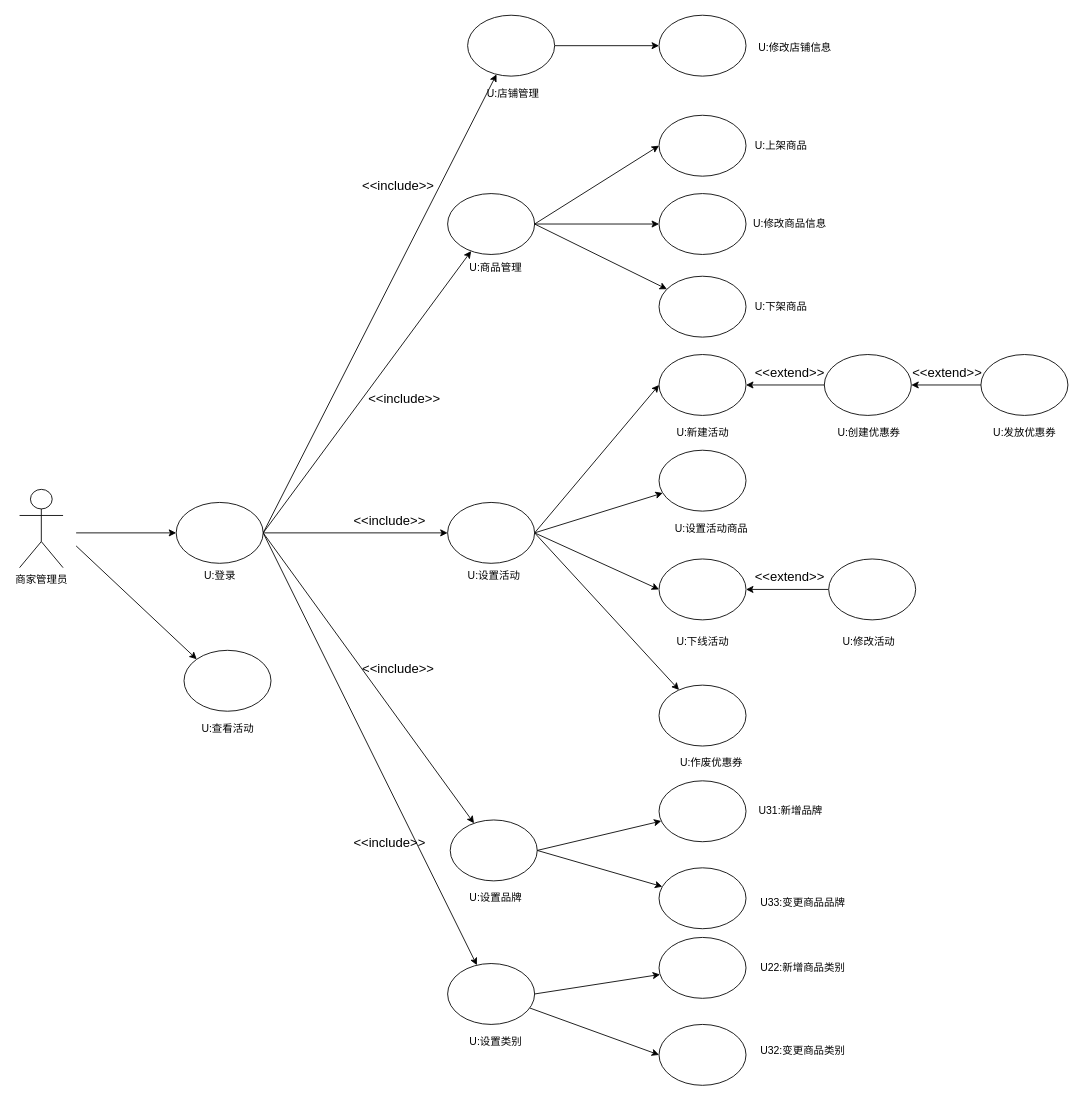
app1echip/grams keeps this draw.io diagram as 软工导论小组作业/需求建模之用例模型（商品模块-商家管理员）.drawio. Above is the earlier version. Source tidied: cells renumbered, new cells numbered last; positions are measured from the earlier drawing's top-left corner, leaving out a move shared by most shapes. Both pictures are drawn from the tidied source at 87%, with x=0, y=0 at pixel (19, 15).
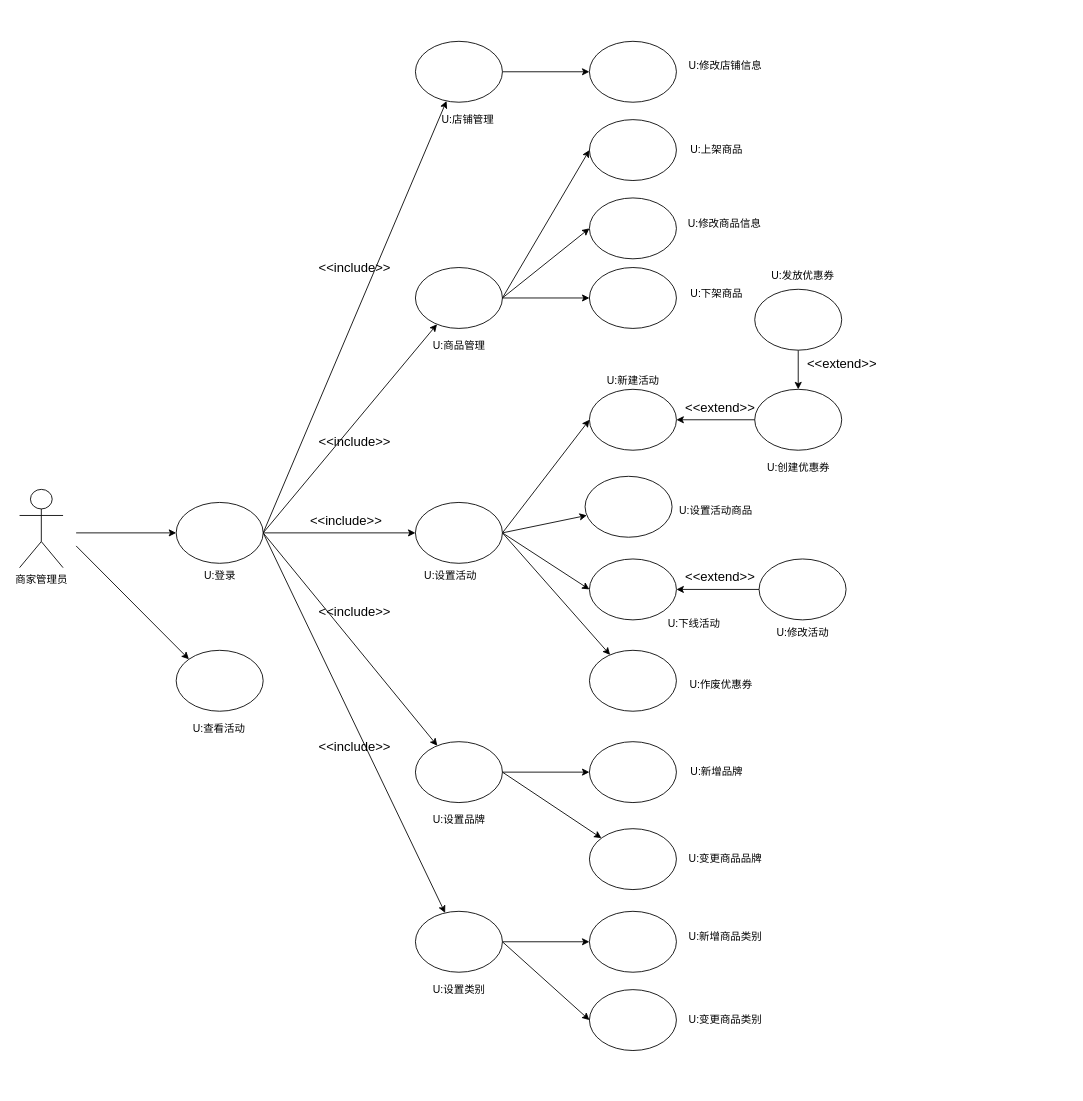
The same page after the edit.

Commit message (it also covers changes not shown here):
Update 需求建模之用例模型（商品模块-商家管理员）.drawio

Change to the diagram source:
```diff
@@
     <mxCell id="5" style="ellipse;whiteSpace=wrap;html=1;" parent="1" vertex="1">
-      <mxGeometry x="492" y="205" width="100" height="70" as="geometry" />
+      <mxGeometry x="455" y="290" width="100" height="70" as="geometry" />
     </mxCell>
@@
     <mxCell id="7" style="ellipse;whiteSpace=wrap;html=1;" parent="1" vertex="1">
-      <mxGeometry x="735" y="300" width="100" height="70" as="geometry" />
+      <mxGeometry x="655" y="290" width="100" height="70" as="geometry" />
     </mxCell>
-    <mxCell id="8" style="edgeStyle=none;rounded=0;jettySize=auto;html=1;entryX=0;entryY=0.5;entryDx=0;entryDy=0;startArrow=classic;startFill=1;endArrow=none;endFill=0;" parent="1" edge="1" source="9" target="10">
+    <mxCell id="8" style="edgeStyle=none;rounded=0;jettySize=auto;html=1;entryX=0.5;entryY=1;entryDx=0;entryDy=0;startArrow=classic;startFill=1;endArrow=none;endFill=0;" parent="1" edge="1" source="9" target="10">
       <mxGeometry relative="1" as="geometry" />
     </mxCell>
     <mxCell id="9" style="ellipse;whiteSpace=wrap;html=1;" parent="1" vertex="1">
-      <mxGeometry x="925" y="390" width="100" height="70" as="geometry" />
+      <mxGeometry x="845" y="430" width="100" height="70" as="geometry" />
     </mxCell>
     <mxCell id="10" style="ellipse;whiteSpace=wrap;html=1;" parent="1" vertex="1">
-      <mxGeometry x="1105" y="390" width="100" height="70" as="geometry" />
+      <mxGeometry x="845" y="315" width="100" height="70" as="geometry" />
     </mxCell>
@@
     <mxCell id="13" style="ellipse;whiteSpace=wrap;html=1;" parent="1" vertex="1">
-      <mxGeometry x="189" y="730" width="100" height="70" as="geometry" />
+      <mxGeometry x="180" y="730" width="100" height="70" as="geometry" />
     </mxCell>
@@
-    <mxCell id="15" style="edgeStyle=none;rounded=0;jettySize=auto;html=1;" parent="1" edge="1" source="16">
-      <mxGeometry relative="1" as="geometry">
-        <mxPoint x="735" y="35" as="targetPoint" />
-      </mxGeometry>
+    <mxCell id="15" style="edgeStyle=none;rounded=0;jettySize=auto;html=1;entryX=0;entryY=0.5;entryDx=0;entryDy=0;" parent="1" edge="1" source="16" target="75">
+      <mxGeometry relative="1" as="geometry" />
     </mxCell>
     <mxCell id="16" style="ellipse;whiteSpace=wrap;html=1;" parent="1" vertex="1">
-      <mxGeometry x="515" width="100" height="70" as="geometry" />
+      <mxGeometry x="455" y="30" width="100" height="70" as="geometry" />
     </mxCell>
@@
     <mxCell id="18" style="ellipse;whiteSpace=wrap;html=1;" parent="1" vertex="1">
-      <mxGeometry x="735" y="1060" width="100" height="70" as="geometry" />
+      <mxGeometry x="655" y="1030" width="100" height="70" as="geometry" />
     </mxCell>
@@
-    <mxCell id="20" style="edgeStyle=none;rounded=0;jettySize=auto;html=1;entryX=0;entryY=0.5;entryDx=0;entryDy=0;" parent="1" edge="1" source="21" target="74">
+    <mxCell id="20" style="edgeStyle=none;rounded=0;jettySize=auto;html=1;entryX=0;entryY=0.5;entryDx=0;entryDy=0;exitX=1;exitY=0.5;exitDx=0;exitDy=0;" parent="1" edge="1" source="21" target="74">
       <mxGeometry relative="1" as="geometry" />
     </mxCell>
     <mxCell id="21" style="ellipse;whiteSpace=wrap;html=1;" parent="1" vertex="1">
-      <mxGeometry x="492" y="1090" width="100" height="70" as="geometry" />
+      <mxGeometry x="455" y="1030" width="100" height="70" as="geometry" />
     </mxCell>
@@
     <mxCell id="23" style="ellipse;whiteSpace=wrap;html=1;" parent="1" vertex="1">
-      <mxGeometry x="735" y="980" width="100" height="70" as="geometry" />
+      <mxGeometry x="655" y="935" width="100" height="70" as="geometry" />
     </mxCell>
@@
     <mxCell id="25" style="ellipse;whiteSpace=wrap;html=1;" parent="1" vertex="1">
-      <mxGeometry x="495" y="925" width="100" height="70" as="geometry" />
+      <mxGeometry x="455" y="835" width="100" height="70" as="geometry" />
     </mxCell>
@@
     <mxCell id="27" style="ellipse;whiteSpace=wrap;html=1;" parent="1" vertex="1">
-      <mxGeometry x="735" y="770" width="100" height="70" as="geometry" />
+      <mxGeometry x="655" y="730" width="100" height="70" as="geometry" />
     </mxCell>
@@
     <mxCell id="29" style="ellipse;whiteSpace=wrap;html=1;" parent="1" vertex="1">
-      <mxGeometry x="735" y="500" width="100" height="70" as="geometry" />
+      <mxGeometry x="650" y="530" width="100" height="70" as="geometry" />
     </mxCell>
-    <mxCell id="30" style="edgeStyle=none;rounded=0;jettySize=auto;html=1;entryX=1;entryY=0.5;entryDx=0;entryDy=0;startArrow=classic;startFill=1;endArrow=none;endFill=0;" parent="1" edge="1" source="31" target="5">
+    <mxCell id="30" style="edgeStyle=none;rounded=0;jettySize=auto;html=1;entryX=1;entryY=0.5;entryDx=0;entryDy=0;startArrow=classic;startFill=1;endArrow=none;endFill=0;exitX=0;exitY=0.5;exitDx=0;exitDy=0;" parent="1" edge="1" source="31" target="5">
       <mxGeometry relative="1" as="geometry" />
     </mxCell>
     <mxCell id="31" style="ellipse;whiteSpace=wrap;html=1;" parent="1" vertex="1">
-      <mxGeometry x="735" y="205" width="100" height="70" as="geometry" />
+      <mxGeometry x="655" y="210" width="100" height="70" as="geometry" />
     </mxCell>
@@
     <mxCell id="34" value="&lt;font style=&quot;font-size: 15px&quot;&gt;&amp;lt;&amp;lt;include&amp;gt;&amp;gt;&lt;/font&gt;" style="text;html=1;align=center;verticalAlign=middle;" parent="1" vertex="1">
-      <mxGeometry x="375" y="570" width="100" height="20" as="geometry" />
+      <mxGeometry x="325" y="570" width="100" height="20" as="geometry" />
     </mxCell>
     <mxCell id="35" value="&lt;span&gt;U:&lt;/span&gt;&lt;span&gt;修改店铺信息&lt;/span&gt;&lt;span&gt;&lt;br&gt;&lt;br&gt;&lt;/span&gt;" style="text;html=1;align=center;verticalAlign=middle;" parent="1" vertex="1">
-      <mxGeometry x="841" y="30" width="100" height="30" as="geometry" />
+      <mxGeometry x="761" y="50" width="100" height="30" as="geometry" />
     </mxCell>
     <mxCell id="36" value="&lt;span&gt;U:&lt;/span&gt;&lt;span&gt;商品管理&lt;/span&gt;" style="text;html=1;align=center;verticalAlign=middle;" parent="1" vertex="1">
-      <mxGeometry x="507" y="280" width="80" height="20" as="geometry" />
+      <mxGeometry x="465" y="370" width="80" height="20" as="geometry" />
     </mxCell>
     <mxCell id="37" value="&lt;span&gt;U:&lt;/span&gt;&lt;span&gt;设置活动商品&lt;/span&gt;" style="text;html=1;align=center;verticalAlign=middle;" parent="1" vertex="1">
-      <mxGeometry x="745" y="580" width="100" height="20" as="geometry" />
+      <mxGeometry x="750" y="560" width="100" height="20" as="geometry" />
     </mxCell>
     <mxCell id="38" value="&lt;span&gt;U:&lt;/span&gt;&lt;span&gt;修改商品信息&lt;/span&gt;" style="text;html=1;align=center;verticalAlign=middle;" parent="1" vertex="1">
-      <mxGeometry x="835" y="230" width="100" height="20" as="geometry" />
+      <mxGeometry x="760" y="230" width="100" height="20" as="geometry" />
     </mxCell>
     <mxCell id="39" value="&lt;span&gt;U:&lt;/span&gt;&lt;span&gt;下架商品&lt;/span&gt;" style="text;html=1;align=center;verticalAlign=middle;" parent="1" vertex="1">
-      <mxGeometry x="835" y="325" width="80" height="20" as="geometry" />
+      <mxGeometry x="761" y="310" width="80" height="20" as="geometry" />
     </mxCell>
@@
-    <mxCell id="41" value="&lt;span&gt;U22:&lt;/span&gt;&lt;span&gt;新增商品类别&lt;/span&gt;" style="text;html=1;align=center;verticalAlign=middle;" parent="1" vertex="1">
-      <mxGeometry x="845" y="1085" width="110" height="20" as="geometry" />
+    <mxCell id="41" value="&lt;span&gt;U:&lt;/span&gt;&lt;span&gt;新增商品类别&lt;/span&gt;" style="text;html=1;align=center;verticalAlign=middle;" parent="1" vertex="1">
+      <mxGeometry x="761" y="1050" width="100" height="20" as="geometry" />
     </mxCell>
-    <mxCell id="42" value="&lt;span&gt;U31:&lt;/span&gt;&lt;span&gt;新增品牌&lt;/span&gt;" style="text;html=1;align=center;verticalAlign=middle;" parent="1" vertex="1">
-      <mxGeometry x="841" y="905" width="90" height="20" as="geometry" />
+    <mxCell id="42" value="&lt;span&gt;U:&lt;/span&gt;&lt;span&gt;新增品牌&lt;/span&gt;" style="text;html=1;align=center;verticalAlign=middle;" parent="1" vertex="1">
+      <mxGeometry x="761" y="860" width="80" height="20" as="geometry" />
     </mxCell>
     <mxCell id="43" value="&lt;span&gt;U:&lt;/span&gt;&lt;span&gt;发放优惠券&lt;/span&gt;" style="text;html=1;align=center;verticalAlign=middle;" parent="1" vertex="1">
-      <mxGeometry x="1110" y="470" width="90" height="20" as="geometry" />
+      <mxGeometry x="855" y="290" width="90" height="20" as="geometry" />
     </mxCell>
-    <mxCell id="44" value="&lt;span&gt;U32:&lt;/span&gt;&lt;span&gt;变更商品类别&lt;/span&gt;" style="text;html=1;align=center;verticalAlign=middle;" parent="1" vertex="1">
-      <mxGeometry x="845" y="1180" width="110" height="20" as="geometry" />
+    <mxCell id="44" value="&lt;span&gt;U:&lt;/span&gt;&lt;span&gt;变更商品类别&lt;/span&gt;" style="text;html=1;align=center;verticalAlign=middle;" parent="1" vertex="1">
+      <mxGeometry x="761" y="1145" width="100" height="20" as="geometry" />
     </mxCell>
-    <mxCell id="45" value="&lt;span&gt;U33:&lt;/span&gt;&lt;span&gt;变更商品品牌&lt;/span&gt;" style="text;html=1;align=center;verticalAlign=middle;" parent="1" vertex="1">
-      <mxGeometry x="845" y="1010" width="110" height="20" as="geometry" />
+    <mxCell id="45" value="&lt;span&gt;U:&lt;/span&gt;&lt;span&gt;变更商品品牌&lt;/span&gt;" style="text;html=1;align=center;verticalAlign=middle;" parent="1" vertex="1">
+      <mxGeometry x="761" y="960" width="100" height="20" as="geometry" />
     </mxCell>
     <mxCell id="46" value="&lt;span&gt;U:&lt;/span&gt;&lt;span&gt;作废优惠券&lt;/span&gt;" style="text;html=1;align=center;verticalAlign=middle;" parent="1" vertex="1">
-      <mxGeometry x="750" y="850" width="90" height="20" as="geometry" />
+      <mxGeometry x="761" y="760" width="90" height="20" as="geometry" />
     </mxCell>
     <mxCell id="47" value="&lt;span&gt;U:&lt;/span&gt;&lt;span&gt;创建优惠券&lt;/span&gt;" style="text;html=1;align=center;verticalAlign=middle;" parent="1" vertex="1">
-      <mxGeometry x="931" y="470" width="90" height="20" as="geometry" />
+      <mxGeometry x="850" y="510" width="90" height="20" as="geometry" />
     </mxCell>
     <mxCell id="48" value="&lt;span&gt;U:查看&lt;/span&gt;&lt;span&gt;活动&lt;/span&gt;" style="text;html=1;align=center;verticalAlign=middle;" parent="1" vertex="1">
-      <mxGeometry x="199" y="810" width="80" height="20" as="geometry" />
+      <mxGeometry x="189" y="810" width="80" height="20" as="geometry" />
     </mxCell>
@@
     <mxCell id="50" style="ellipse;whiteSpace=wrap;html=1;" parent="1" vertex="1">
-      <mxGeometry x="735" y="880" width="100" height="70" as="geometry" />
+      <mxGeometry x="655" y="835" width="100" height="70" as="geometry" />
     </mxCell>
     <mxCell id="51" value="&lt;font style=&quot;font-size: 15px&quot;&gt;&amp;lt;&amp;lt;extend&amp;gt;&amp;gt;&lt;/font&gt;" style="text;html=1;align=center;verticalAlign=middle;" parent="1" vertex="1">
-      <mxGeometry x="835" y="400" width="100" height="20" as="geometry" />
+      <mxGeometry x="755" y="440" width="100" height="20" as="geometry" />
     </mxCell>
     <mxCell id="52" value="&lt;font style=&quot;font-size: 15px&quot;&gt;&amp;lt;&amp;lt;include&amp;gt;&amp;gt;&lt;/font&gt;" style="text;html=1;align=center;verticalAlign=middle;" parent="1" vertex="1">
-      <mxGeometry x="385" y="740" width="100" height="20" as="geometry" />
+      <mxGeometry x="335" y="675" width="100" height="20" as="geometry" />
     </mxCell>
     <mxCell id="53" value="&lt;font style=&quot;font-size: 15px&quot;&gt;&amp;lt;&amp;lt;include&amp;gt;&amp;gt;&lt;/font&gt;" style="text;html=1;align=center;verticalAlign=middle;" parent="1" vertex="1">
-      <mxGeometry x="375" y="940" width="100" height="20" as="geometry" />
+      <mxGeometry x="335" y="830" width="100" height="20" as="geometry" />
     </mxCell>
     <mxCell id="54" value="&lt;font style=&quot;font-size: 15px&quot;&gt;&amp;lt;&amp;lt;include&amp;gt;&amp;gt;&lt;/font&gt;" style="text;html=1;align=center;verticalAlign=middle;" parent="1" vertex="1">
-      <mxGeometry x="385" y="185" width="100" height="20" as="geometry" />
+      <mxGeometry x="335" y="280" width="100" height="20" as="geometry" />
     </mxCell>
     <mxCell id="55" value="&lt;font style=&quot;font-size: 15px&quot;&gt;&amp;lt;&amp;lt;extend&amp;gt;&amp;gt;&lt;/font&gt;" style="text;html=1;align=center;verticalAlign=middle;" parent="1" vertex="1">
-      <mxGeometry x="1016" y="400" width="100" height="20" as="geometry" />
+      <mxGeometry x="895" y="390" width="100" height="20" as="geometry" />
     </mxCell>
     <mxCell id="56" value="&lt;font style=&quot;font-size: 15px&quot;&gt;&amp;lt;&amp;lt;include&amp;gt;&amp;gt;&lt;/font&gt;" style="text;html=1;align=center;verticalAlign=middle;" parent="1" vertex="1">
-      <mxGeometry x="392" y="430" width="100" height="20" as="geometry" />
+      <mxGeometry x="335" y="480" width="100" height="20" as="geometry" />
     </mxCell>
@@
     <mxCell id="58" style="ellipse;whiteSpace=wrap;html=1;" parent="1" vertex="1">
-      <mxGeometry x="930" y="625" width="100" height="70" as="geometry" />
+      <mxGeometry x="850" y="625" width="100" height="70" as="geometry" />
     </mxCell>
     <mxCell id="59" value="&lt;span&gt;U:修改&lt;/span&gt;&lt;span&gt;活动&lt;/span&gt;" style="text;html=1;align=center;verticalAlign=middle;" parent="1" vertex="1">
-      <mxGeometry x="936" y="710" width="80" height="20" as="geometry" />
+      <mxGeometry x="860" y="700" width="80" height="20" as="geometry" />
     </mxCell>
@@
     <mxCell id="63" style="ellipse;whiteSpace=wrap;html=1;" parent="1" vertex="1">
-      <mxGeometry x="492" y="560" width="100" height="70" as="geometry" />
+      <mxGeometry x="455" y="560" width="100" height="70" as="geometry" />
     </mxCell>
     <mxCell id="64" value="&lt;span&gt;U:设置&lt;/span&gt;&lt;span&gt;活动&lt;/span&gt;" style="text;html=1;align=center;verticalAlign=middle;" parent="1" vertex="1">
-      <mxGeometry x="505" y="635" width="80" height="20" as="geometry" />
+      <mxGeometry x="455" y="635" width="80" height="20" as="geometry" />
     </mxCell>
     <mxCell id="65" style="ellipse;whiteSpace=wrap;html=1;" parent="1" vertex="1">
-      <mxGeometry x="735" y="390" width="100" height="70" as="geometry" />
+      <mxGeometry x="655" y="430" width="100" height="70" as="geometry" />
     </mxCell>
     <mxCell id="66" value="&lt;span&gt;U:新建&lt;/span&gt;&lt;span&gt;活动&lt;/span&gt;" style="text;html=1;align=center;verticalAlign=middle;" parent="1" vertex="1">
-      <mxGeometry x="745" y="470" width="80" height="20" as="geometry" />
+      <mxGeometry x="665" y="410" width="80" height="20" as="geometry" />
     </mxCell>
     <mxCell id="67" style="ellipse;whiteSpace=wrap;html=1;" parent="1" vertex="1">
-      <mxGeometry x="735" y="625" width="100" height="70" as="geometry" />
+      <mxGeometry x="655" y="625" width="100" height="70" as="geometry" />
     </mxCell>
     <mxCell id="68" value="&lt;span&gt;U:下线&lt;/span&gt;&lt;span&gt;活动&lt;/span&gt;" style="text;html=1;align=center;verticalAlign=middle;" parent="1" vertex="1">
-      <mxGeometry x="745" y="710" width="80" height="20" as="geometry" />
+      <mxGeometry x="735" y="690" width="80" height="20" as="geometry" />
     </mxCell>
     <mxCell id="69" style="ellipse;whiteSpace=wrap;html=1;" parent="1" vertex="1">
-      <mxGeometry x="735" y="115" width="100" height="70" as="geometry" />
+      <mxGeometry x="655" y="120" width="100" height="70" as="geometry" />
     </mxCell>
     <mxCell id="70" value="&lt;span&gt;U:上&lt;/span&gt;&lt;span&gt;架商品&lt;/span&gt;" style="text;html=1;align=center;verticalAlign=middle;" parent="1" vertex="1">
-      <mxGeometry x="835" y="140" width="80" height="20" as="geometry" />
+      <mxGeometry x="761" y="145" width="80" height="20" as="geometry" />
     </mxCell>
     <mxCell id="71" value="&lt;font style=&quot;font-size: 15px&quot;&gt;&amp;lt;&amp;lt;extend&amp;gt;&amp;gt;&lt;/font&gt;" style="text;html=1;align=center;verticalAlign=middle;" parent="1" vertex="1">
-      <mxGeometry x="835" y="635" width="100" height="20" as="geometry" />
+      <mxGeometry x="755" y="635" width="100" height="20" as="geometry" />
     </mxCell>
     <mxCell id="72" value="&lt;span&gt;U:设置&lt;/span&gt;&lt;span&gt;品牌&lt;/span&gt;" style="text;html=1;align=center;verticalAlign=middle;" parent="1" vertex="1">
-      <mxGeometry x="507" y="1005" width="80" height="20" as="geometry" />
+      <mxGeometry x="465" y="915" width="80" height="20" as="geometry" />
     </mxCell>
     <mxCell id="73" value="&lt;span&gt;U:设置&lt;/span&gt;&lt;span&gt;类别&lt;/span&gt;" style="text;html=1;align=center;verticalAlign=middle;" parent="1" vertex="1">
-      <mxGeometry x="507" y="1170" width="80" height="20" as="geometry" />
+      <mxGeometry x="465" y="1110" width="80" height="20" as="geometry" />
     </mxCell>
     <mxCell id="74" style="ellipse;whiteSpace=wrap;html=1;" parent="1" vertex="1">
-      <mxGeometry x="735" y="1160" width="100" height="70" as="geometry" />
+      <mxGeometry x="655" y="1120" width="100" height="70" as="geometry" />
     </mxCell>
     <mxCell id="75" style="ellipse;whiteSpace=wrap;html=1;" parent="1" vertex="1">
-      <mxGeometry x="735" width="100" height="70" as="geometry" />
+      <mxGeometry x="655" y="30" width="100" height="70" as="geometry" />
     </mxCell>
     <mxCell id="76" value="&lt;span&gt;U:店铺&lt;/span&gt;&lt;span&gt;管理&lt;/span&gt;" style="text;html=1;align=center;verticalAlign=middle;" parent="1" vertex="1">
-      <mxGeometry x="527" y="80" width="80" height="20" as="geometry" />
+      <mxGeometry x="475" y="110" width="80" height="20" as="geometry" />
     </mxCell>
```
